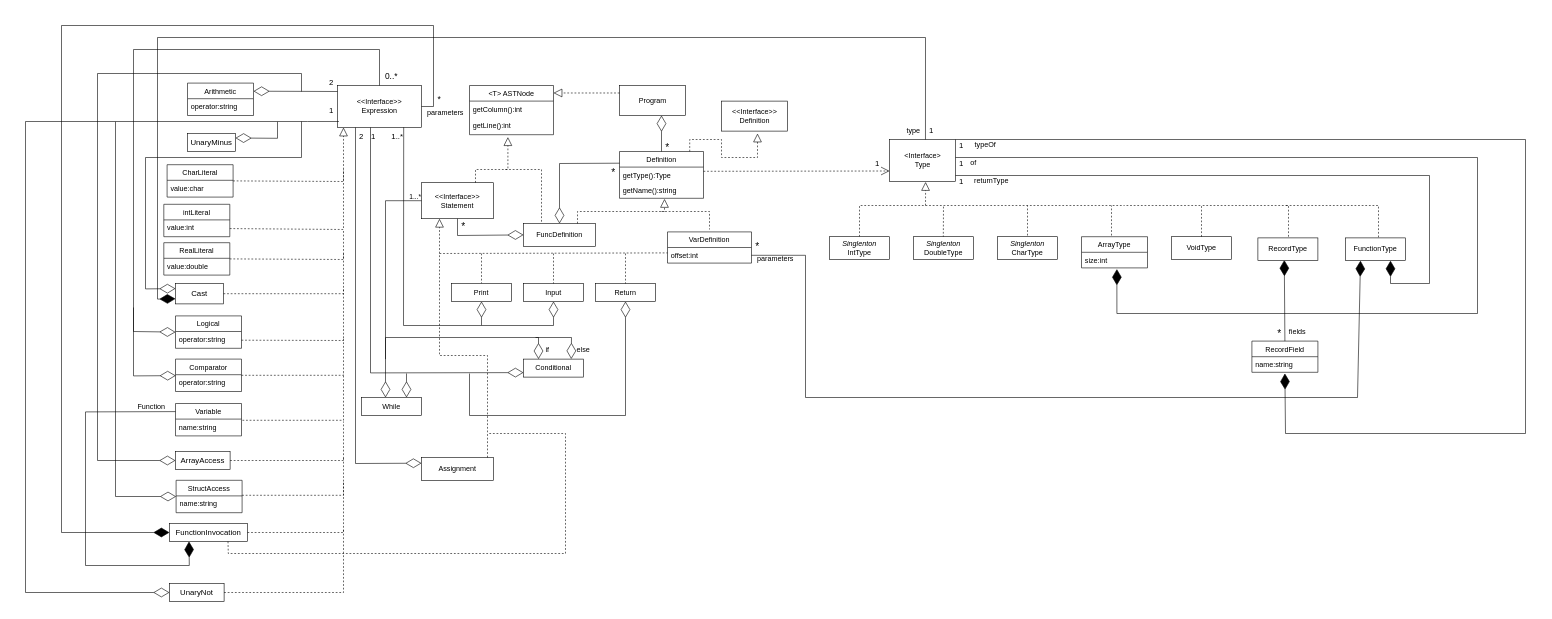
Above: Compiler_uo277876/DLP_uo277876.drawio in UO277876/DLP (draw.io), before the change. Source tidied: cells renumbered, new cells numbered last; positions are measured from the earlier drawing's top-left corner, leaving out a move shared by most shapes. Both pictures are drawn from the tidied source at 60%, with x=0, y=0 at pixel (25, 25).
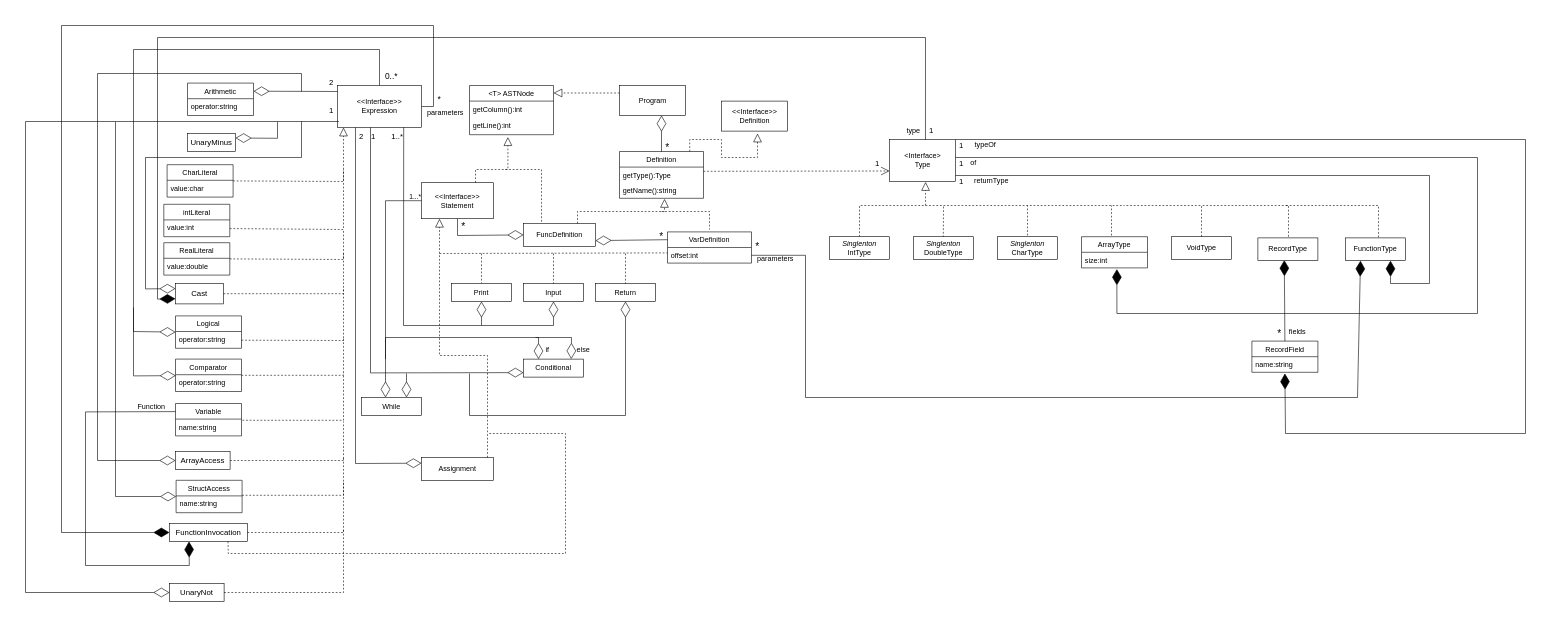
The same diagram, later.

The change refers to these unchanged cells:
```xml
<mxCell id="8" value="Definition" style="swimlane;fontStyle=0;horizontal=1;startSize=26;" parent="1" vertex="1">
  <mxGeometry x="990" y="210" width="140" height="78" as="geometry" />
</mxCell>
<mxCell id="17" value="FuncDefinition" style="rounded=0;whiteSpace=wrap;html=1;" parent="1" vertex="1">
  <mxGeometry x="830" y="330" width="120" height="38" as="geometry" />
</mxCell>
<mxCell id="118" value="VarDefinition" style="swimlane;fontStyle=0;horizontal=1;startSize=26;" parent="1" vertex="1">
  <mxGeometry x="1070" y="344" width="140" height="52" as="geometry" />
</mxCell>
```

Diff of the diagram source:
```diff
@@
-    <mxCell id="139" style="endArrow=diamondThin;endFill=0;endSize=24;html=1;rounded=0;entryX=0.5;entryY=0;entryDx=0;entryDy=0;exitX=0;exitY=0.25;exitDx=0;exitDy=0;" parent="1" edge="1" source="8" target="17">
-      <mxGeometry relative="1" as="geometry">
-        <Array as="points">
-          <mxPoint x="890" y="230" />
-        </Array>
-      </mxGeometry>
+    <mxCell id="139" style="endArrow=diamondThin;endFill=0;endSize=24;html=1;rounded=0;entryX=1;entryY=0.75;entryDx=0;entryDy=0;exitX=0;exitY=0.25;exitDx=0;exitDy=0;" parent="1" edge="1" source="118" target="17">
+      <mxGeometry relative="1" as="geometry" />
     </mxCell>
     <mxCell id="140" value="*" style="text;html=1;strokeColor=none;fillColor=none;align=center;verticalAlign=middle;whiteSpace=wrap;rounded=0;fontSize=17;" parent="1" vertex="1">
-      <mxGeometry x="950" y="232" width="60" height="30" as="geometry" />
+      <mxGeometry x="1030" y="338" width="60" height="30" as="geometry" />
     </mxCell>
```
